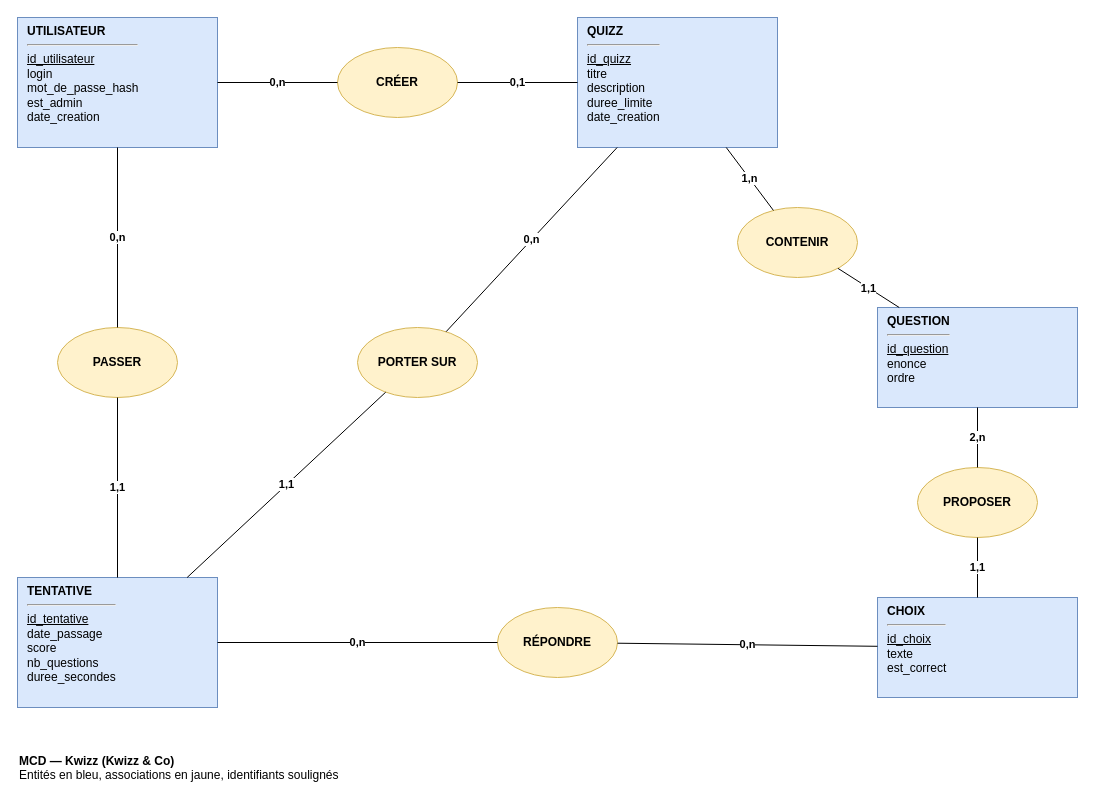
Earlier version of the draw.io diagram docs/conception/MCD-Kwizz.drawio (jaafarelkouhen/kwizz). Source tidied: cells renumbered, new cells numbered last; positions are measured from the earlier drawing's top-left corner, leaving out a move shared by most shapes. Both pictures are drawn from the tidied source at 100%, with x=0, y=0 at pixel (17, 17).
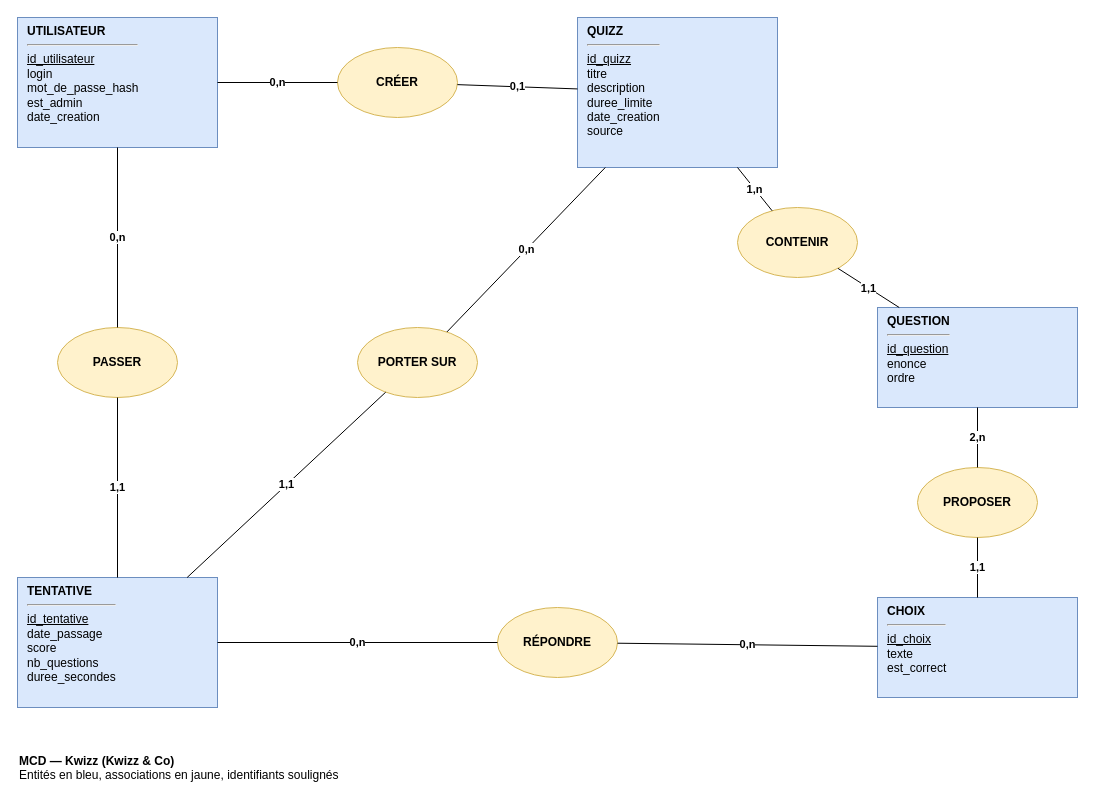
The same diagram, later.

Commit message (it also covers changes not shown here):
feat: origine des quizz (manuel, fichier, ia) + migration automatique (T55)

Diff of the diagram source:
```diff
@@
-    <mxCell id="3" value="&lt;b&gt;QUIZZ&lt;/b&gt;&lt;hr&gt;&lt;u&gt;id_quizz&lt;/u&gt;&lt;br&gt;titre&lt;br&gt;description&lt;br&gt;duree_limite&lt;br&gt;date_creation" style="rounded=0;whiteSpace=wrap;html=1;align=left;verticalAlign=top;spacingLeft=8;fillColor=#dae8fc;strokeColor=#6c8ebf;" parent="1" vertex="1">
-      <mxGeometry x="560" width="200" height="130" as="geometry" />
+    <mxCell id="3" value="&lt;b&gt;QUIZZ&lt;/b&gt;&lt;hr&gt;&lt;u&gt;id_quizz&lt;/u&gt;&lt;br&gt;titre&lt;br&gt;description&lt;br&gt;duree_limite&lt;br&gt;date_creation&lt;br&gt;source" style="rounded=0;whiteSpace=wrap;html=1;align=left;verticalAlign=top;spacingLeft=8;fillColor=#dae8fc;strokeColor=#6c8ebf;" parent="1" vertex="1">
+      <mxGeometry x="560" width="200" height="150" as="geometry" />
     </mxCell>
```
